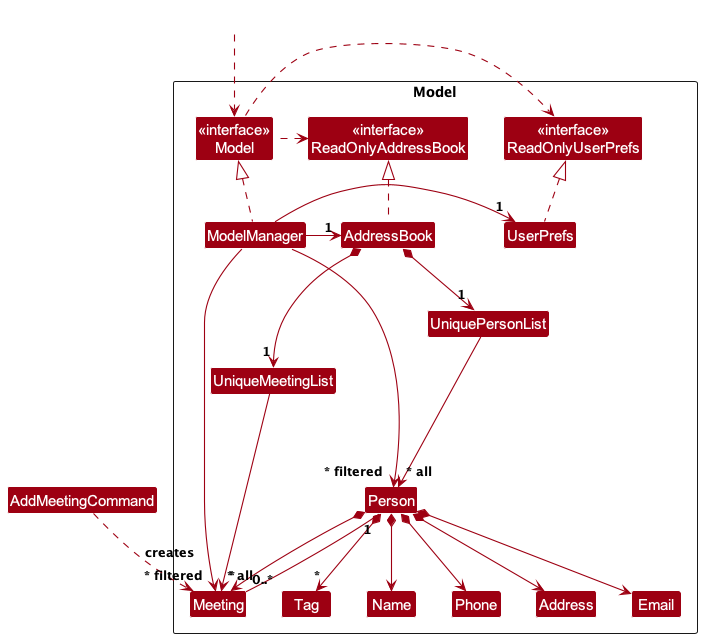
Before: docs/images/ModelClassDiagram.png, a diagram exported from PlantUML (nus-cs2103-AY2324S2/tp).
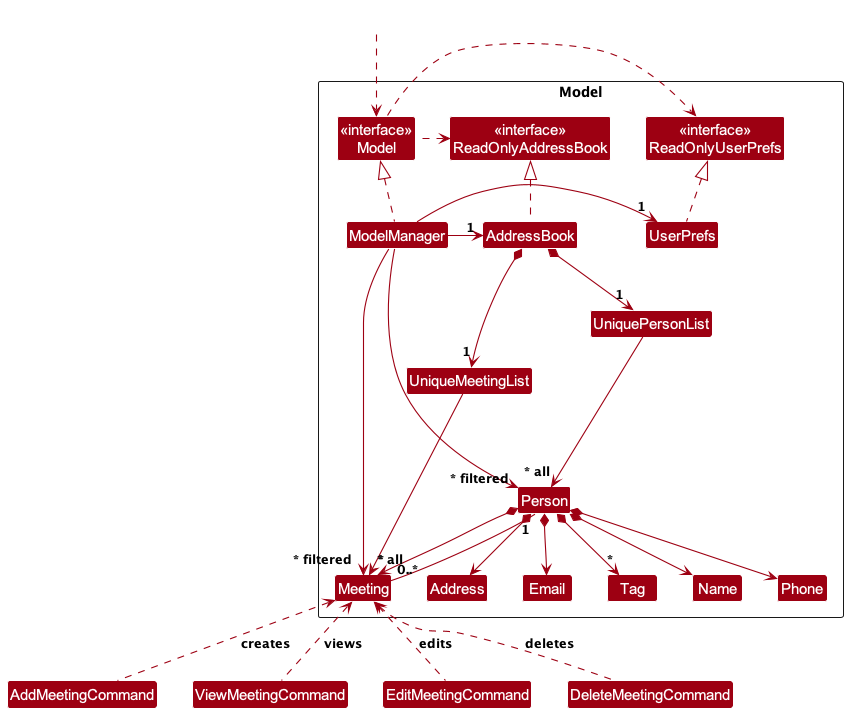
After the commit.

What changed in the source:
```diff
@@ -57,11 +57,27 @@
 Address -[hidden]right-> Email
 
 Person "1" -- "0..*" Meeting
-
 Class AddMeetingCommand {
     +execute(): CommandResult
 }
-AddMeetingCommand ..> Meeting : creates
+
+Class ViewMeetingCommand {
+    +execute(): CommandResult
+}
+
+Class EditMeetingCommand {
+    +execute(): CommandResult
+}
+
+Class DeleteMeetingCommand {
+    +execute(): CommandResult
+}
+
+AddMeetingCommand ..up> Meeting : creates
+ViewMeetingCommand ..up> Meeting : views
+EditMeetingCommand ..up> Meeting : edits
+DeleteMeetingCommand ..up> Meeting : deletes
+
 
 ModelManager --> "~* filtered" Person
 ModelManager --> "~* filtered" Meeting
```
